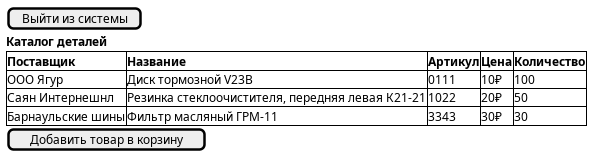
BombasticFantastik/PIS_Course_work keeps this PlantUML diagram as uml-диаграммы/out/окно_просмотра_товаров/Список товаров.png. Above is the earlier version.
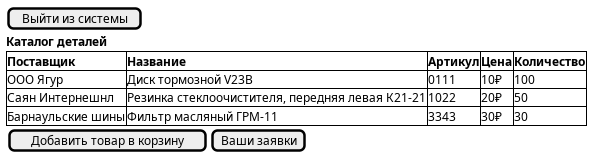
After the change.

The edit, as a diff of the source:
```diff
@@ -7,7 +7,9 @@
     Саян Интернешнл  |  Резинка стеклоочистителя, передняя левая К21-21 | 1022 | 20₽ | 50
     Барнаульские шины | Фильтр масляный ГРМ-11 | 3343 | 30₽ | 30
     }
-    [Добавить товар в корзину]
+    {
+        [Добавить товар в корзину]| [Ваши заявки]
+    }
 
 }
 @endsalt
```
